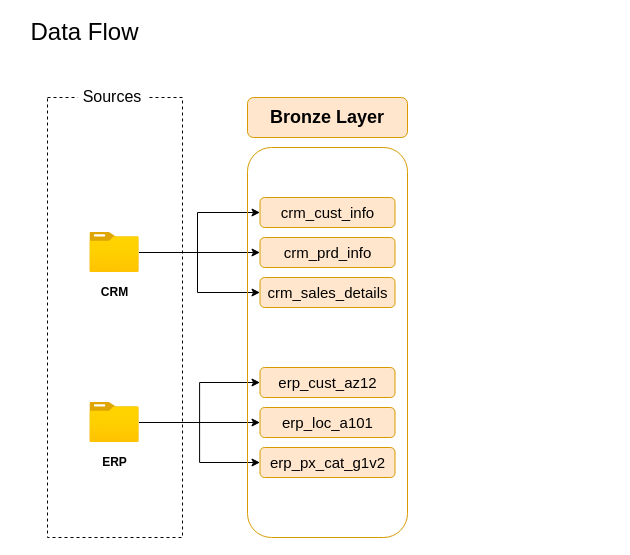
Before: 01_docs/data_flow.drawio in d-graham/sql-data-warehouse-project, a draw.io diagram. Source tidied: cells renumbered, new cells numbered last; positions are measured from the earlier drawing's top-left corner, leaving out a move shared by most shapes. Both pictures are drawn from the tidied source at 100%, with x=0, y=0 at pixel (17, 17).
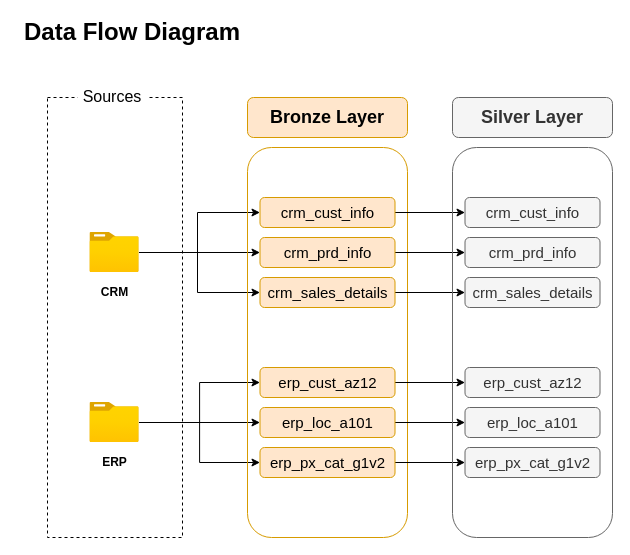
The same page after the edit.

Commit message (it also covers changes not shown here):
Silver layer procedures and documentation

Unchanged cells that the change refers to:
```xml
<mxCell id="15" value="crm_sales_details" style="rounded=1;whiteSpace=wrap;html=1;roundedPerimeter=1;fillColor=#ffe6cc;strokeColor=#d79b00;fontSize=15;fontStyle=0;" parent="1" vertex="1">
  <mxGeometry x="242.5" y="260" width="135" height="30" as="geometry" />
</mxCell>
<mxCell id="16" value="crm_cust_info" style="rounded=1;whiteSpace=wrap;html=1;roundedPerimeter=1;fillColor=#ffe6cc;strokeColor=#d79b00;fontSize=15;fontStyle=0;" parent="1" vertex="1">
  <mxGeometry x="242.5" y="180" width="135" height="30" as="geometry" />
</mxCell>
<mxCell id="17" value="crm_prd_info" style="rounded=1;whiteSpace=wrap;html=1;roundedPerimeter=1;fillColor=#ffe6cc;strokeColor=#d79b00;fontSize=15;fontStyle=0;" parent="1" vertex="1">
  <mxGeometry x="242.5" y="220" width="135" height="30" as="geometry" />
</mxCell>
<mxCell id="18" value="erp_px_cat_g1v2" style="rounded=1;whiteSpace=wrap;html=1;roundedPerimeter=1;fillColor=#ffe6cc;strokeColor=#d79b00;fontSize=15;fontStyle=0;" parent="1" vertex="1">
  <mxGeometry x="242.5" y="430" width="135" height="30" as="geometry" />
</mxCell>
<mxCell id="19" value="erp_cust_az12" style="rounded=1;whiteSpace=wrap;html=1;roundedPerimeter=1;fillColor=#ffe6cc;strokeColor=#d79b00;fontSize=15;fontStyle=0;" parent="1" vertex="1">
  <mxGeometry x="242.5" y="350" width="135" height="30" as="geometry" />
</mxCell>
<mxCell id="20" value="erp_loc_a101" style="rounded=1;whiteSpace=wrap;html=1;roundedPerimeter=1;fillColor=#ffe6cc;strokeColor=#d79b00;fontSize=15;fontStyle=0;" parent="1" vertex="1">
  <mxGeometry x="242.5" y="390" width="135" height="30" as="geometry" />
</mxCell>
```

Change to the diagram source:
```diff
@@
-    <mxCell id="2" value="Data Flow" style="rounded=0;whiteSpace=wrap;html=1;fontSize=24;fillColor=none;strokeColor=none;" parent="1" vertex="1">
-      <mxGeometry width="135" height="30" as="geometry" />
+    <mxCell id="2" value="&lt;b&gt;Data Flow Diagram&lt;/b&gt;" style="rounded=0;whiteSpace=wrap;html=1;fontSize=24;fillColor=none;strokeColor=none;" parent="1" vertex="1">
+      <mxGeometry width="230" height="30" as="geometry" />
     </mxCell>
@@
+    <mxCell id="21" style="edgeStyle=orthogonalEdgeStyle;rounded=0;jettySize=auto;html=1;defaultLabelBackgroundColor=page;" parent="1" edge="1" source="15" target="29">
+      <mxGeometry relative="1" as="geometry" />
+    </mxCell>
@@
+    <mxCell id="22" style="edgeStyle=orthogonalEdgeStyle;rounded=0;jettySize=auto;html=1;entryX=0;entryY=0.5;entryDx=0;entryDy=0;defaultLabelBackgroundColor=page;" parent="1" edge="1" source="16" target="30">
+      <mxGeometry relative="1" as="geometry" />
+    </mxCell>
@@
+    <mxCell id="23" style="edgeStyle=orthogonalEdgeStyle;rounded=0;jettySize=auto;html=1;entryX=0;entryY=0.5;entryDx=0;entryDy=0;defaultLabelBackgroundColor=page;" parent="1" edge="1" source="17" target="31">
+      <mxGeometry relative="1" as="geometry" />
+    </mxCell>
@@
+    <mxCell id="24" style="edgeStyle=orthogonalEdgeStyle;rounded=0;jettySize=auto;html=1;entryX=0;entryY=0.5;entryDx=0;entryDy=0;defaultLabelBackgroundColor=page;" parent="1" edge="1" source="18" target="32">
+      <mxGeometry relative="1" as="geometry" />
+    </mxCell>
@@
+    <mxCell id="25" style="edgeStyle=orthogonalEdgeStyle;rounded=0;jettySize=auto;html=1;entryX=0;entryY=0.5;entryDx=0;entryDy=0;defaultLabelBackgroundColor=page;" parent="1" edge="1" source="19" target="33">
+      <mxGeometry relative="1" as="geometry" />
+    </mxCell>
@@
+    <mxCell id="26" style="edgeStyle=orthogonalEdgeStyle;rounded=0;jettySize=auto;html=1;entryX=0;entryY=0.5;entryDx=0;entryDy=0;defaultLabelBackgroundColor=page;" parent="1" edge="1" source="20" target="34">
+      <mxGeometry relative="1" as="geometry" />
+    </mxCell>
@@
+    <mxCell id="27" style="rounded=1;whiteSpace=wrap;html=1;fillColor=none;roundedPerimeter=1;strokeColor=#666666;fontColor=#333333;" parent="1" vertex="1">
+      <mxGeometry x="435" y="130" width="160" height="390" as="geometry" />
+    </mxCell>
+    <mxCell id="28" value="Silver Layer" style="rounded=1;whiteSpace=wrap;html=1;roundedPerimeter=1;fillColor=#f5f5f5;strokeColor=#666666;fontSize=18;fontStyle=1;fontColor=#333333;" parent="1" vertex="1">
+      <mxGeometry x="435" y="80" width="160" height="40" as="geometry" />
+    </mxCell>
+    <mxCell id="29" value="crm_sales_details" style="rounded=1;whiteSpace=wrap;html=1;roundedPerimeter=1;fillColor=#f5f5f5;strokeColor=#666666;fontSize=15;fontStyle=0;fontColor=#333333;" parent="1" vertex="1">
+      <mxGeometry x="447.5" y="260" width="135" height="30" as="geometry" />
+    </mxCell>
+    <mxCell id="30" value="crm_cust_info" style="rounded=1;whiteSpace=wrap;html=1;roundedPerimeter=1;fillColor=#f5f5f5;strokeColor=#666666;fontSize=15;fontStyle=0;fontColor=#333333;" parent="1" vertex="1">
+      <mxGeometry x="447.5" y="180" width="135" height="30" as="geometry" />
+    </mxCell>
+    <mxCell id="31" value="crm_prd_info" style="rounded=1;whiteSpace=wrap;html=1;roundedPerimeter=1;fillColor=#f5f5f5;strokeColor=#666666;fontSize=15;fontStyle=0;fontColor=#333333;" parent="1" vertex="1">
+      <mxGeometry x="447.5" y="220" width="135" height="30" as="geometry" />
+    </mxCell>
+    <mxCell id="32" value="erp_px_cat_g1v2" style="rounded=1;whiteSpace=wrap;html=1;roundedPerimeter=1;fillColor=#f5f5f5;strokeColor=#666666;fontSize=15;fontStyle=0;fontColor=#333333;" parent="1" vertex="1">
+      <mxGeometry x="447.5" y="430" width="135" height="30" as="geometry" />
+    </mxCell>
+    <mxCell id="33" value="erp_cust_az12" style="rounded=1;whiteSpace=wrap;html=1;roundedPerimeter=1;fillColor=#f5f5f5;strokeColor=#666666;fontSize=15;fontStyle=0;fontColor=#333333;" parent="1" vertex="1">
+      <mxGeometry x="447.5" y="350" width="135" height="30" as="geometry" />
+    </mxCell>
+    <mxCell id="34" value="erp_loc_a101" style="rounded=1;whiteSpace=wrap;html=1;roundedPerimeter=1;fillColor=#f5f5f5;strokeColor=#666666;fontSize=15;fontStyle=0;fontColor=#333333;" parent="1" vertex="1">
+      <mxGeometry x="447.5" y="390" width="135" height="30" as="geometry" />
+    </mxCell>
```
